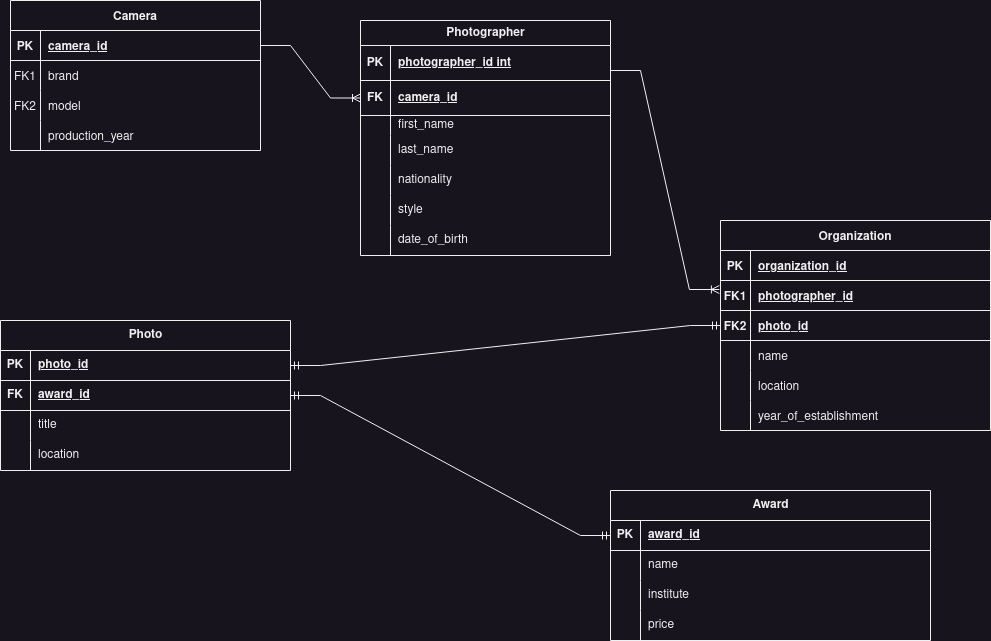
Above: cw11/photos.png in mabrishami00/CW-98 (draw.io), before the change. Source tidied: cells renumbered, new cells last; positions are measured from the earlier drawing's top-left corner, leaving out a move shared by most shapes.
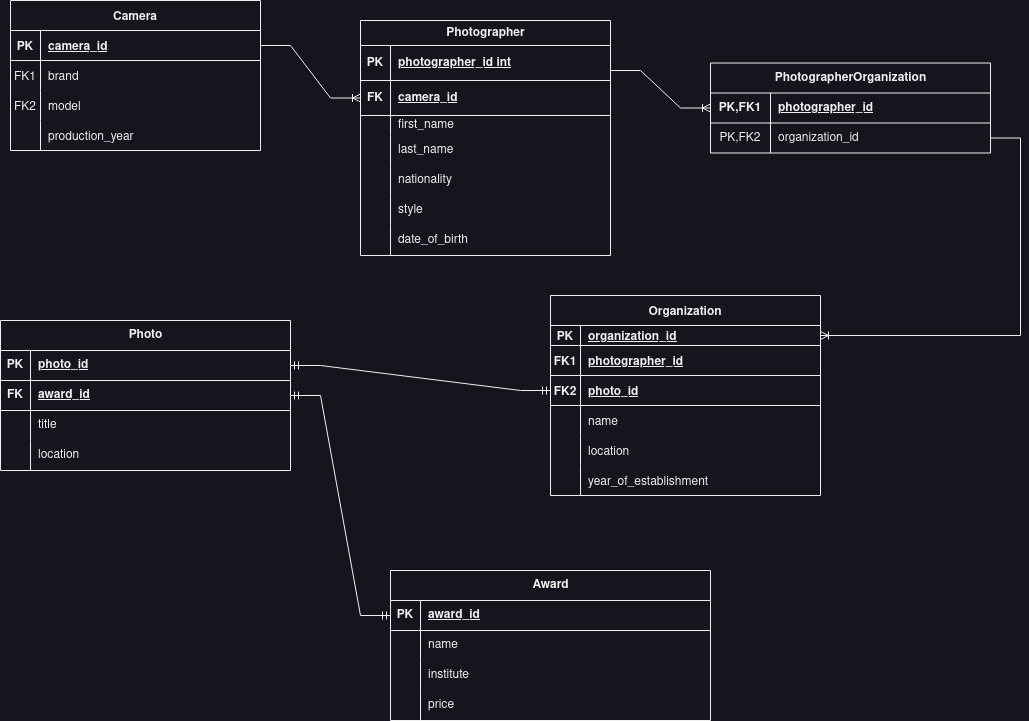
After the commit.

Commit message:
modify photos diagram

What changed in the source:
```diff
@@ -3,19 +3,19 @@
     <mxCell id="0" />
     <mxCell id="1" parent="0" />
     <mxCell id="2" value="Organization" style="shape=table;startSize=30;rowLines=0;fontStyle=1;align=center;" parent="1" vertex="1">
-      <mxGeometry x="720" y="220" width="270" height="210" as="geometry" />
+      <mxGeometry x="550" y="295" width="270" height="200" as="geometry" />
     </mxCell>
     <mxCell id="3" style="shape=partialRectangle;fillColor=none;points=[[0,0.5],[1,0.5]];portConstraint=eastwest;top=0;left=0;right=0;bottom=1;" parent="2" vertex="1">
-      <mxGeometry y="30" width="270" height="30" as="geometry" />
+      <mxGeometry y="30" width="270" height="20" as="geometry" />
     </mxCell>
     <mxCell id="4" value="PK" style="shape=partialRectangle;overflow=hidden;fillColor=none;top=0;left=0;bottom=0;right=0;fontStyle=1;" parent="3" vertex="1">
-      <mxGeometry width="30" height="30" as="geometry" />
+      <mxGeometry width="30" height="20" as="geometry" />
     </mxCell>
     <mxCell id="5" value="organization_id" style="shape=partialRectangle;overflow=hidden;fillColor=none;top=0;left=0;bottom=0;right=0;align=left;spacingLeft=6;fontStyle=5;" parent="3" vertex="1">
-      <mxGeometry x="30" width="240" height="30" as="geometry" />
+      <mxGeometry x="30" width="240" height="20" as="geometry" />
     </mxCell>
     <mxCell id="6" style="shape=partialRectangle;fillColor=none;points=[[0,0.5],[1,0.5]];portConstraint=eastwest;top=0;left=0;right=0;bottom=1;" parent="2" vertex="1">
-      <mxGeometry y="60" width="270" height="30" as="geometry" />
+      <mxGeometry y="50" width="270" height="30" as="geometry" />
     </mxCell>
     <mxCell id="7" value="FK1" style="shape=partialRectangle;overflow=hidden;fillColor=none;top=0;left=0;bottom=0;right=0;fontStyle=1;" parent="6" vertex="1">
       <mxGeometry width="30" height="30" as="geometry" />
@@ -24,7 +24,7 @@
       <mxGeometry x="30" width="240" height="30" as="geometry" />
     </mxCell>
     <mxCell id="9" style="shape=partialRectangle;fillColor=none;points=[[0,0.5],[1,0.5]];portConstraint=eastwest;top=0;left=0;right=0;bottom=1;" parent="2" vertex="1">
-      <mxGeometry y="90" width="270" height="30" as="geometry" />
+      <mxGeometry y="80" width="270" height="30" as="geometry" />
     </mxCell>
     <mxCell id="10" value="FK2" style="shape=partialRectangle;overflow=hidden;fillColor=none;top=0;left=0;bottom=0;right=0;fontStyle=1;" parent="9" vertex="1">
       <mxGeometry width="30" height="30" as="geometry" />
@@ -33,7 +33,7 @@
       <mxGeometry x="30" width="240" height="30" as="geometry" />
     </mxCell>
     <mxCell id="12" style="shape=partialRectangle;fillColor=none;top=0;left=0;right=0;bottom=0;" parent="2" vertex="1">
-      <mxGeometry y="120" width="270" height="30" as="geometry" />
+      <mxGeometry y="110" width="270" height="30" as="geometry" />
     </mxCell>
     <mxCell id="13" style="shape=partialRectangle;overflow=hidden;fillColor=none;top=0;left=0;bottom=0;right=0;" parent="12" vertex="1">
       <mxGeometry width="30" height="30" as="geometry" />
@@ -42,7 +42,7 @@
       <mxGeometry x="30" width="240" height="30" as="geometry" />
     </mxCell>
     <mxCell id="15" style="shape=partialRectangle;fillColor=none;top=0;left=0;right=0;bottom=0;" parent="2" vertex="1">
-      <mxGeometry y="150" width="270" height="30" as="geometry" />
+      <mxGeometry y="140" width="270" height="30" as="geometry" />
     </mxCell>
     <mxCell id="16" style="shape=partialRectangle;overflow=hidden;fillColor=none;top=0;left=0;bottom=0;right=0;" parent="15" vertex="1">
       <mxGeometry width="30" height="30" as="geometry" />
@@ -51,7 +51,7 @@
       <mxGeometry x="30" width="240" height="30" as="geometry" />
     </mxCell>
     <mxCell id="18" style="shape=partialRectangle;fillColor=none;top=0;left=0;right=0;bottom=0;" parent="2" vertex="1">
-      <mxGeometry y="180" width="270" height="30" as="geometry" />
+      <mxGeometry y="170" width="270" height="30" as="geometry" />
     </mxCell>
     <mxCell id="19" style="shape=partialRectangle;overflow=hidden;fillColor=none;top=0;left=0;bottom=0;right=0;" parent="18" vertex="1">
       <mxGeometry width="30" height="30" as="geometry" />
@@ -204,7 +204,7 @@
       <mxGeometry x="30" width="260" height="30" as="geometry" />
     </mxCell>
     <mxCell id="69" value="Award" style="shape=table;startSize=30;rowLines=0;fontStyle=1;align=center;html=1;" parent="1" vertex="1">
-      <mxGeometry x="610" y="490" width="320" height="150" as="geometry" />
+      <mxGeometry x="390" y="570" width="320" height="150" as="geometry" />
     </mxCell>
     <mxCell id="70" style="shape=tableRow;horizontal=0;startSize=0;swimlaneHead=0;swimlaneBody=0;fillColor=none;points=[[0,0.5],[1,0.5]];portConstraint=eastwest;top=0;left=0;right=0;bottom=1;" parent="69" vertex="1">
       <mxGeometry y="30" width="320" height="30" as="geometry" />
@@ -245,7 +245,7 @@
     <mxCell id="82" style="edgeStyle=entityRelationEdgeStyle;fontSize=12;html=1;endArrow=ERoneToMany;rounded=0;entryX=0;entryY=0.5;entryDx=0;entryDy=0;exitX=1;exitY=0.5;exitDx=0;exitDy=0;" parent="1" edge="1" source="22" target="38">
       <mxGeometry relative="1" as="geometry" />
     </mxCell>
-    <mxCell id="83" style="edgeStyle=entityRelationEdgeStyle;fontSize=12;html=1;endArrow=ERoneToMany;rounded=0;entryX=-0.004;entryY=0.3;entryDx=0;entryDy=0;entryPerimeter=0;" parent="1" edge="1" target="6">
+    <mxCell id="83" style="edgeStyle=entityRelationEdgeStyle;fontSize=12;html=1;endArrow=ERoneToMany;rounded=0;entryX=0;entryY=0.5;entryDx=0;entryDy=0;" parent="1" edge="1" target="87">
       <mxGeometry relative="1" as="geometry">
         <mxPoint x="610" y="70" as="sourcePoint" />
       </mxGeometry>
@@ -256,5 +256,29 @@
     <mxCell id="85" style="edgeStyle=entityRelationEdgeStyle;fontSize=12;html=1;endArrow=ERmandOne;startArrow=ERmandOne;rounded=0;exitX=1;exitY=0.5;exitDx=0;exitDy=0;" parent="1" edge="1" source="60" target="70">
       <mxGeometry relative="1" as="geometry" />
     </mxCell>
+    <mxCell id="86" value="PhotographerOrganization" style="shape=table;startSize=30;rowLines=0;fontStyle=1;align=center;html=1;" parent="1" vertex="1">
+      <mxGeometry x="710" y="62.5" width="280" height="90" as="geometry" />
+    </mxCell>
+    <mxCell id="87" style="shape=tableRow;horizontal=0;startSize=0;swimlaneHead=0;swimlaneBody=0;fillColor=none;points=[[0,0.5],[1,0.5]];portConstraint=eastwest;top=0;left=0;right=0;bottom=1;" parent="86" vertex="1">
+      <mxGeometry y="30" width="280" height="30" as="geometry" />
+    </mxCell>
+    <mxCell id="88" value="PK,FK1" style="shape=partialRectangle;fillColor=none;top=0;left=0;bottom=0;right=0;fontStyle=1;overflow=hidden;whiteSpace=wrap;html=1;" parent="87" vertex="1">
+      <mxGeometry width="60" height="30" as="geometry" />
+    </mxCell>
+    <mxCell id="89" value="photographer_id" style="shape=partialRectangle;fillColor=none;top=0;left=0;bottom=0;right=0;align=left;spacingLeft=6;fontStyle=5;overflow=hidden;whiteSpace=wrap;html=1;" parent="87" vertex="1">
+      <mxGeometry x="60" width="220" height="30" as="geometry" />
+    </mxCell>
+    <mxCell id="90" style="shape=tableRow;horizontal=0;startSize=0;swimlaneHead=0;swimlaneBody=0;fillColor=none;points=[[0,0.5],[1,0.5]];portConstraint=eastwest;top=0;left=0;right=0;bottom=0;" parent="86" vertex="1">
+      <mxGeometry y="60" width="280" height="30" as="geometry" />
+    </mxCell>
+    <mxCell id="91" value="PK,FK2" style="shape=partialRectangle;fillColor=none;top=0;left=0;bottom=0;right=0;overflow=hidden;whiteSpace=wrap;html=1;" parent="90" vertex="1">
+      <mxGeometry width="60" height="30" as="geometry" />
+    </mxCell>
+    <mxCell id="92" value="organization_id" style="shape=partialRectangle;fillColor=none;top=0;left=0;bottom=0;right=0;align=left;spacingLeft=6;overflow=hidden;whiteSpace=wrap;html=1;" parent="90" vertex="1">
+      <mxGeometry x="60" width="220" height="30" as="geometry" />
+    </mxCell>
+    <mxCell id="93" style="edgeStyle=entityRelationEdgeStyle;fontSize=12;html=1;endArrow=ERoneToMany;rounded=0;entryX=1;entryY=0.5;entryDx=0;entryDy=0;" parent="1" edge="1" source="90" target="3">
+      <mxGeometry relative="1" as="geometry" />
+    </mxCell>
   </root>
 </mxGraphModel>
```
